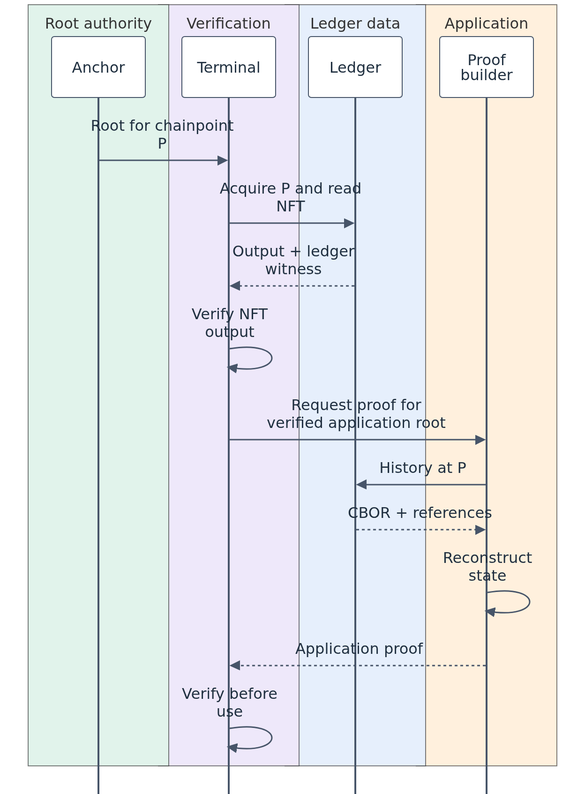
The Mermaid diagram docs/diagrams/proof-composition.png in lambdasistemi/lockness, before a commit. Its source is kept beside it as docs/diagrams/proof-composition.mmd.
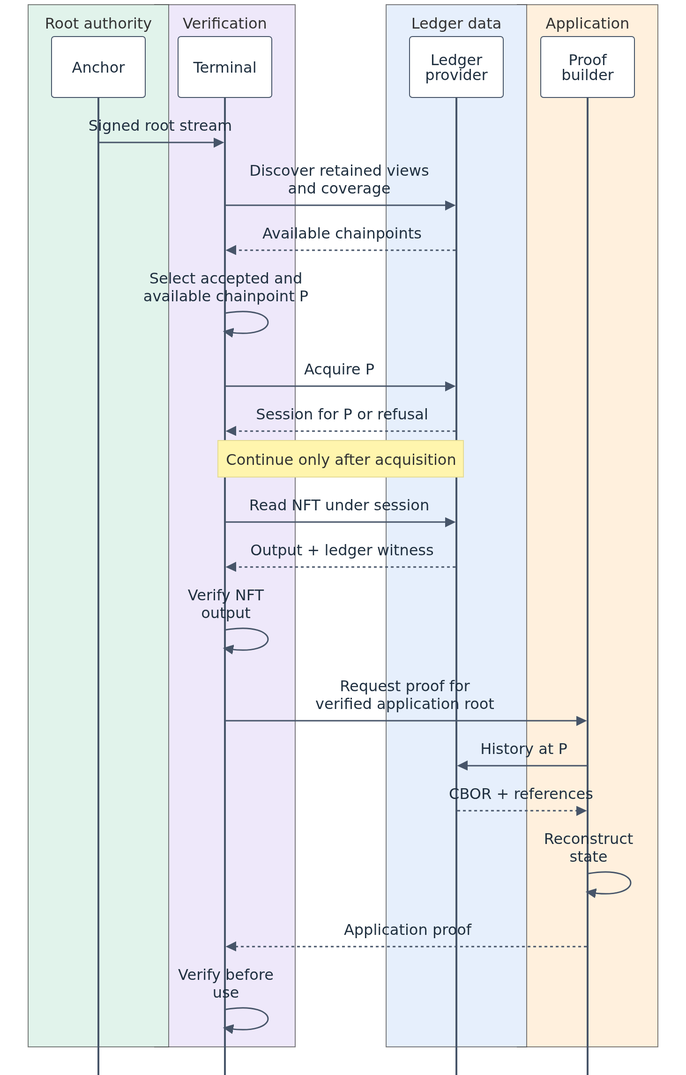
Above is the later version.

Change to the diagram source:
```diff
@@ -28,18 +28,24 @@
       participant T as Terminal
     end
     box rgb(230,239,252) Ledger data
-      participant L as Ledger
+      participant L as Ledger provider
     end
     box rgb(255,240,221) Application
-      participant P as Proof builder
+      participant B as Proof builder
     end
-    A->>T: Root for chainpoint P
-    T->>L: Acquire P and read NFT
+    A->>T: Signed root stream
+    T->>L: Discover retained views<br/>and coverage
+    L-->>T: Available chainpoints
+    T->>T: Select accepted and<br/>available chainpoint P
+    T->>L: Acquire P
+    L-->>T: Session for P or refusal
+    Note over T,L: Continue only after acquisition
+    T->>L: Read NFT under session
     L-->>T: Output + ledger witness
     T->>T: Verify NFT output
-    T->>P: Request proof for<br/>verified application root
-    P->>L: History at P
-    L-->>P: CBOR + references
-    P->>P: Reconstruct state
-    P-->>T: Application proof
+    T->>B: Request proof for<br/>verified application root
+    B->>L: History at P
+    L-->>B: CBOR + references
+    B->>B: Reconstruct state
+    B-->>T: Application proof
     T->>T: Verify before use
```
